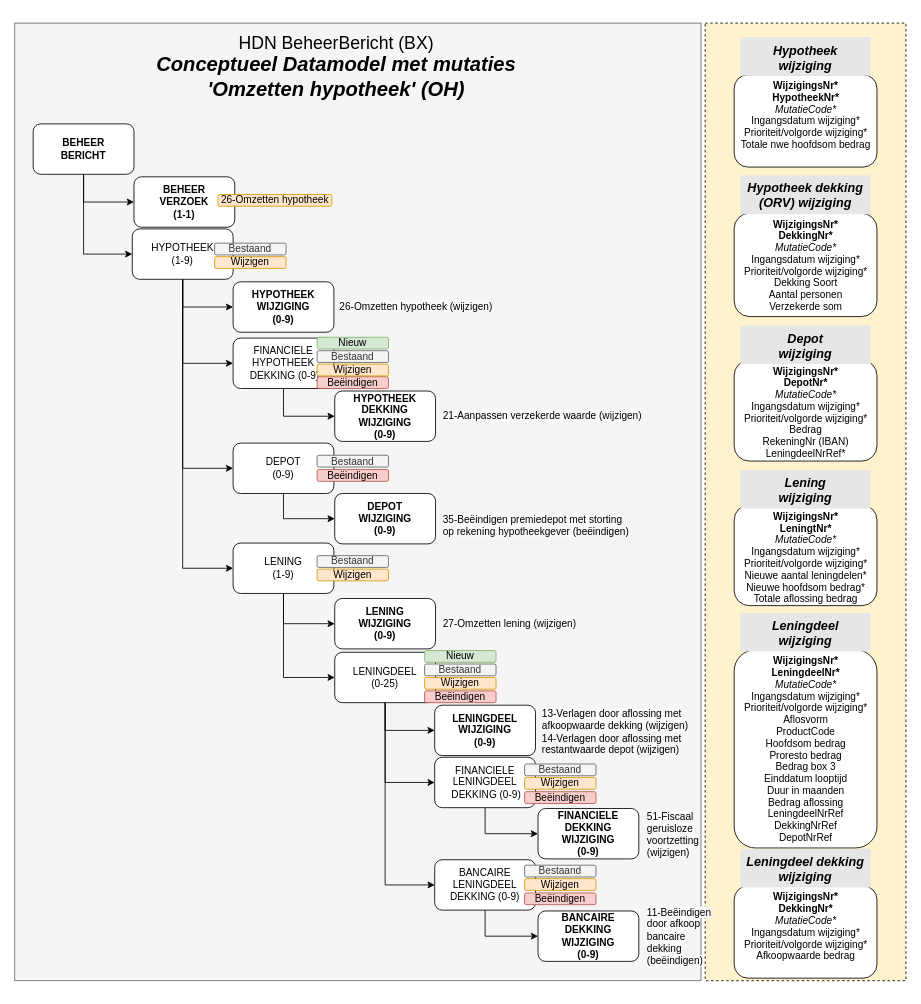
luchthandel/diagrams keeps this draw.io diagram as page "Datamodel OH met mutaties" (2 of 5) of HDN_BX_MM_OmzettenHypotheek.drawio. Above is the earlier version. Source tidied: cells renumbered, new cells numbered last; positions are measured from the earlier drawing's top-left corner, leaving out a move shared by most shapes. Both pictures are drawn from the tidied source at 84%, with x=0, y=0 at pixel (14, 23).
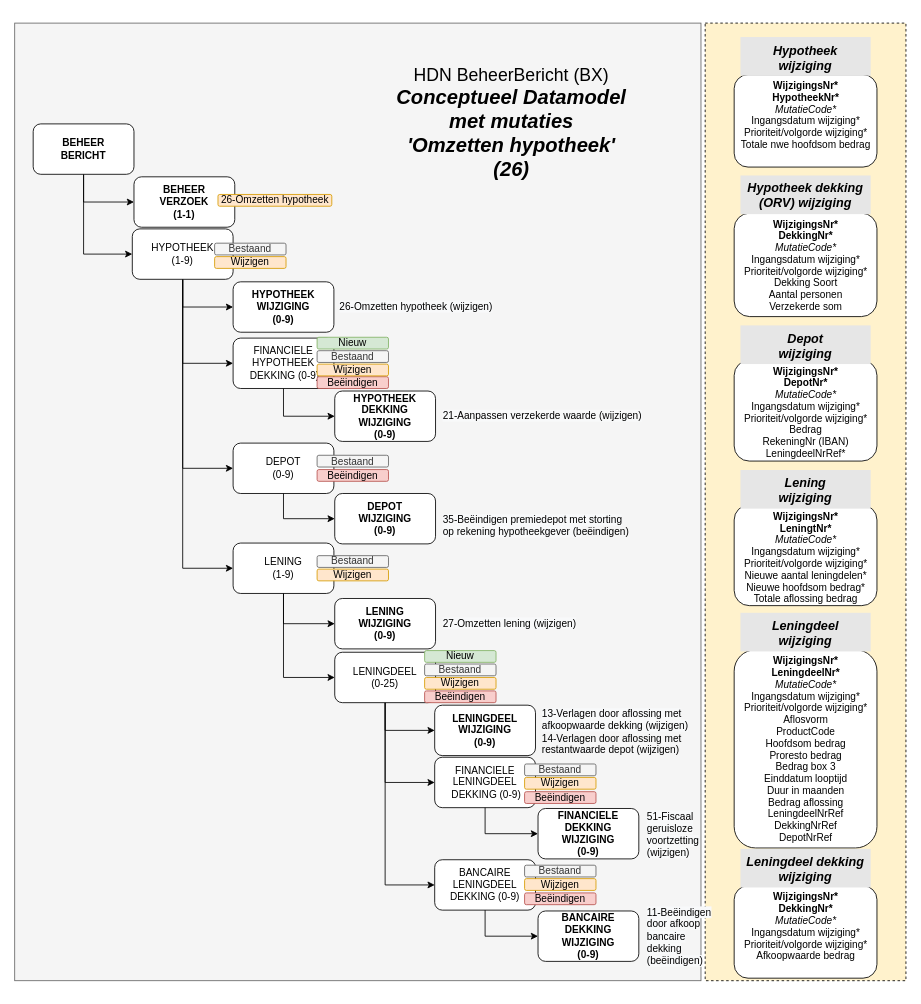
The same diagram, later.

Diff of the diagram source:
```diff
@@
-    <mxCell id="16" value="&lt;font style=&quot;font-size: 21px&quot;&gt;HDN BeheerBericht (BX)&lt;br&gt;&lt;/font&gt;&lt;span style=&quot;font-size: 24px&quot;&gt;&lt;b&gt;&lt;i&gt;Conceptueel Datamodel met mutaties&lt;br&gt;'Omzetten hypotheek' (OH)&lt;/i&gt;&lt;/b&gt;&lt;/span&gt;" style="text;html=1;strokeColor=none;fillColor=none;align=center;verticalAlign=middle;whiteSpace=wrap;rounded=0;" parent="1" vertex="1">
-      <mxGeometry y="5" width="766" height="93" as="geometry" />
+    <mxCell id="16" value="&lt;font style=&quot;font-size: 21px&quot;&gt;HDN BeheerBericht (BX)&lt;br&gt;&lt;/font&gt;&lt;span style=&quot;font-size: 24px&quot;&gt;&lt;b&gt;&lt;i&gt;Conceptueel Datamodel met mutaties&lt;br&gt;'Omzetten hypotheek' (26)&lt;/i&gt;&lt;/b&gt;&lt;/span&gt;" style="text;html=1;strokeColor=none;fillColor=none;align=center;verticalAlign=middle;whiteSpace=wrap;rounded=0;" parent="1" vertex="1">
+      <mxGeometry x="445" y="72" width="293" height="93" as="geometry" />
     </mxCell>
```
